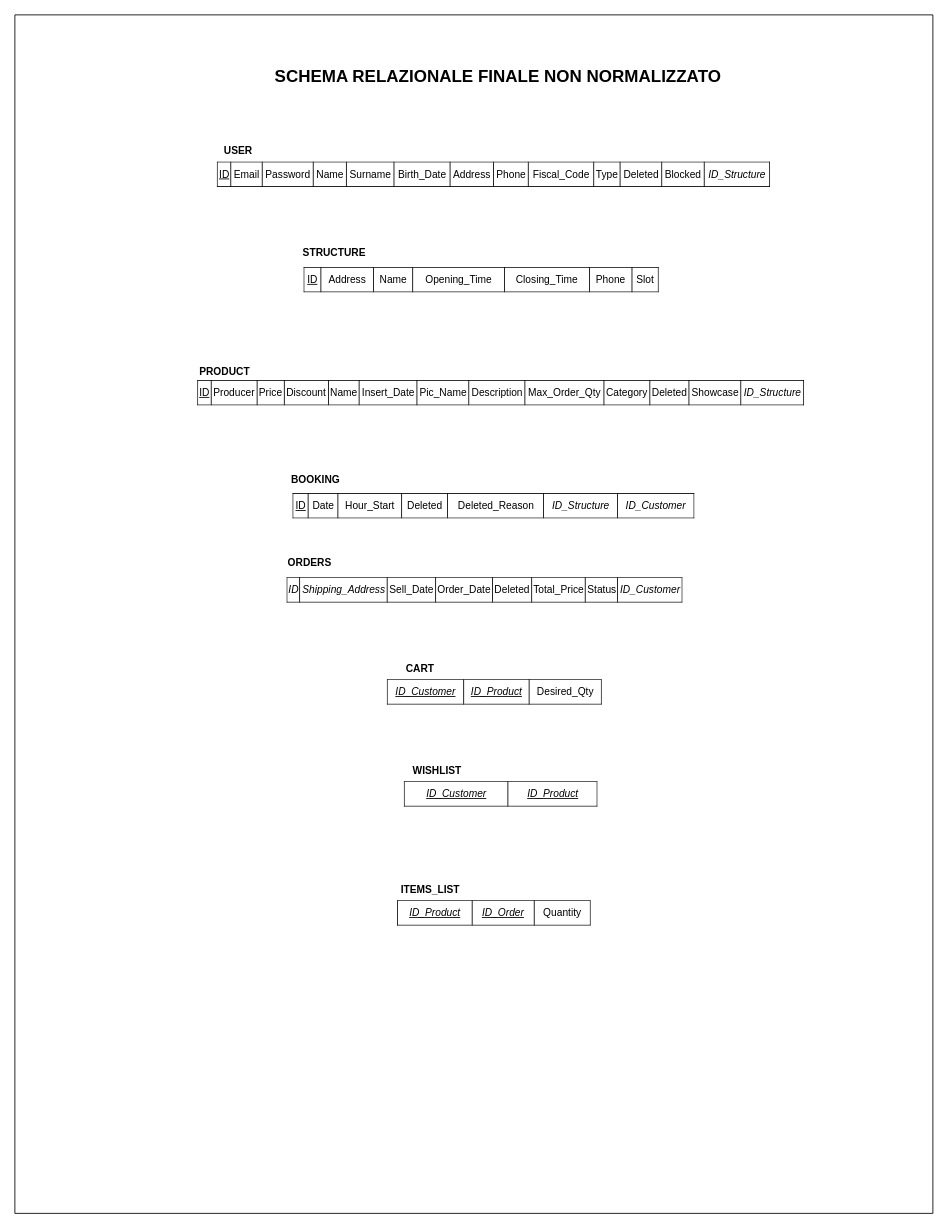
The draw.io diagram db/Final_Schema_Relazionale.drawio in lilpilgit/Barber, before the edit. Source tidied: cells renumbered, new cells numbered last; positions are measured from the earlier drawing's top-left corner, leaving out a move shared by most shapes. Both pictures are drawn from the tidied source at 85%, with x=0, y=0 at pixel (14, 14).
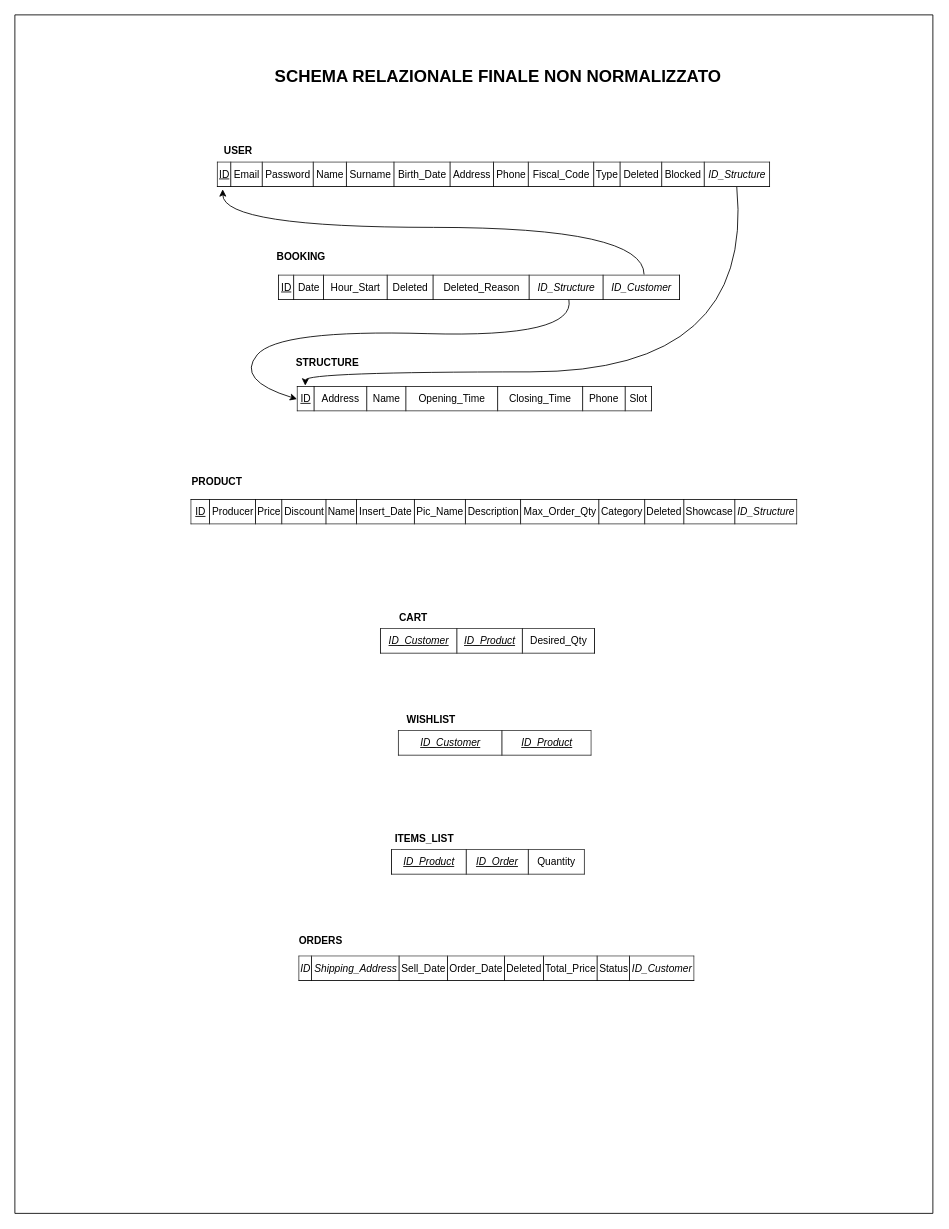
The same page after the edit.

The change refers to these unchanged cells:
```xml
<mxCell id="10" value="&lt;table border=&quot;1&quot; width=&quot;100%&quot; style=&quot;width: 100% ; height: 100% ; border-collapse: collapse ; border: 1px solid rgb(0 , 0 , 0)&quot;&gt;&lt;tbody&gt;&lt;tr&gt;&lt;td&gt;&lt;u&gt;ID&lt;/u&gt;&lt;/td&gt;&lt;td&gt;Email&lt;/td&gt;&lt;td&gt;Password&lt;/td&gt;&lt;td&gt;Name&lt;/td&gt;&lt;td&gt;Surname&lt;/td&gt;&lt;td&gt;Birth_Date&lt;/td&gt;&lt;td&gt;Address&lt;/td&gt;&lt;td&gt;Phone&lt;/td&gt;&lt;td&gt;Fiscal_Code&lt;/td&gt;&lt;td&gt;Type&lt;/td&gt;&lt;td&gt;Deleted&lt;/td&gt;&lt;td&gt;Blocked&lt;/td&gt;&lt;td&gt;&lt;i&gt;ID_Structure&lt;/i&gt;&lt;/td&gt;&lt;/tr&gt;&lt;/tbody&gt;&lt;/table&gt;" style="text;html=1;strokeColor=none;fillColor=none;overflow=fill;align=center;" parent="1" vertex="1">
  <mxGeometry x="238" y="173" width="651" height="30" as="geometry" />
</mxCell>
```

The edit, as a diff of the source:
```diff
@@
     <mxCell id="2" value="&lt;table border=&quot;1&quot; width=&quot;100%&quot; style=&quot;width: 100% ; height: 100% ; border-collapse: collapse ; border: 1px solid rgb(0 , 0 , 0)&quot;&gt;&lt;tbody&gt;&lt;tr&gt;&lt;td&gt;&lt;u&gt;ID&lt;/u&gt;&lt;/td&gt;&lt;td&gt;Address&lt;/td&gt;&lt;td&gt;Name&lt;/td&gt;&lt;td&gt;Opening_Time&lt;/td&gt;&lt;td&gt;Closing_Time&lt;/td&gt;&lt;td&gt;Phone&lt;/td&gt;&lt;td&gt;Slot&lt;/td&gt;&lt;/tr&gt;&lt;/tbody&gt;&lt;/table&gt;" style="text;html=1;strokeColor=none;fillColor=none;overflow=fill;align=center;" parent="1" vertex="1">
-      <mxGeometry x="340" y="297" width="417.5" height="30" as="geometry" />
+      <mxGeometry x="332" y="437" width="417.5" height="30" as="geometry" />
     </mxCell>
     <mxCell id="3" value="&lt;b&gt;STRUCTURE&lt;/b&gt;" style="text;html=1;strokeColor=none;fillColor=none;align=center;verticalAlign=middle;whiteSpace=wrap;rounded=0;" parent="1" vertex="1">
-      <mxGeometry x="356" y="270" width="40" height="20" as="geometry" />
+      <mxGeometry x="347.5" y="400" width="40" height="20" as="geometry" />
     </mxCell>
     <mxCell id="4" value="&lt;table border=&quot;1&quot; width=&quot;100%&quot; style=&quot;width: 100% ; height: 100% ; border-collapse: collapse ; border: 1px solid rgb(0 , 0 , 0)&quot;&gt;&lt;tbody&gt;&lt;tr&gt;&lt;td&gt;&lt;u&gt;ID&lt;/u&gt;&lt;/td&gt;&lt;td&gt;Date&lt;/td&gt;&lt;td&gt;Hour_Start&lt;/td&gt;&lt;td&gt;Deleted&lt;/td&gt;&lt;td&gt;Deleted_Reason&lt;/td&gt;&lt;td&gt;&lt;i&gt;ID_Structure&lt;/i&gt;&lt;/td&gt;&lt;td&gt;&lt;i&gt;ID_Customer&lt;/i&gt;&lt;/td&gt;&lt;/tr&gt;&lt;/tbody&gt;&lt;/table&gt;" style="text;html=1;strokeColor=none;fillColor=none;overflow=fill;align=center;" parent="1" vertex="1">
-      <mxGeometry x="327" y="563" width="473" height="30" as="geometry" />
+      <mxGeometry x="309.8" y="306" width="473" height="30" as="geometry" />
     </mxCell>
     <mxCell id="5" value="&lt;b&gt;BOOKING&lt;/b&gt;" style="text;html=1;strokeColor=none;fillColor=none;align=center;verticalAlign=middle;whiteSpace=wrap;rounded=0;" parent="1" vertex="1">
-      <mxGeometry x="334" y="537" width="40" height="20" as="geometry" />
+      <mxGeometry x="316.8" y="275" width="40" height="20" as="geometry" />
     </mxCell>
-    <mxCell id="6" value="&lt;table border=&quot;1&quot; width=&quot;100%&quot; style=&quot;width: 100% ; height: 100% ; border-collapse: collapse ; border: 1px solid rgb(0 , 0 , 0)&quot;&gt;&lt;tbody&gt;&lt;tr&gt;&lt;td&gt;&lt;u&gt;ID&lt;/u&gt;&lt;/td&gt;&lt;td&gt;Producer&lt;/td&gt;&lt;td&gt;Price&lt;/td&gt;&lt;td&gt;Discount&lt;/td&gt;&lt;td&gt;Name&lt;/td&gt;&lt;td&gt;Insert_Date&lt;/td&gt;&lt;td&gt;Pic_Name&lt;/td&gt;&lt;td&gt;Description&lt;/td&gt;&lt;td&gt;Max_Order_Qty&lt;/td&gt;&lt;td&gt;Category&lt;/td&gt;&lt;td&gt;Deleted&lt;/td&gt;&lt;td&gt;Showcase&lt;/td&gt;&lt;td&gt;&lt;i&gt;ID_Structure&lt;/i&gt;&lt;/td&gt;&lt;/tr&gt;&lt;/tbody&gt;&lt;/table&gt;" style="text;html=1;strokeColor=none;fillColor=none;overflow=fill;align=center;" parent="1" vertex="1">
-      <mxGeometry x="215" y="430" width="713.5" height="30" as="geometry" />
+    <mxCell id="6" value="&lt;table border=&quot;1&quot; width=&quot;100%&quot; style=&quot;width: 100% ; height: 100% ; border-collapse: collapse ; border: 1px solid rgb(0 , 0 , 0)&quot;&gt;&lt;tbody&gt;&lt;tr&gt;&lt;td&gt;&amp;nbsp;&lt;u&gt;ID&lt;/u&gt;&amp;nbsp;&lt;/td&gt;&lt;td&gt;Producer&lt;/td&gt;&lt;td&gt;Price&lt;/td&gt;&lt;td&gt;Discount&lt;/td&gt;&lt;td&gt;Name&lt;/td&gt;&lt;td&gt;Insert_Date&lt;/td&gt;&lt;td&gt;Pic_Name&lt;/td&gt;&lt;td&gt;Description&lt;/td&gt;&lt;td&gt;Max_Order_Qty&lt;/td&gt;&lt;td&gt;Category&lt;/td&gt;&lt;td&gt;Deleted&lt;/td&gt;&lt;td&gt;Showcase&lt;/td&gt;&lt;td&gt;&lt;i&gt;ID_Structure&lt;/i&gt;&lt;/td&gt;&lt;/tr&gt;&lt;/tbody&gt;&lt;/table&gt;" style="text;html=1;strokeColor=none;fillColor=none;overflow=fill;align=center;" parent="1" vertex="1">
+      <mxGeometry x="206.8" y="570" width="713.5" height="30" as="geometry" />
     </mxCell>
     <mxCell id="7" value="&lt;b&gt;PRODUCT&lt;/b&gt;" style="text;html=1;strokeColor=none;fillColor=none;align=center;verticalAlign=middle;whiteSpace=wrap;rounded=0;" parent="1" vertex="1">
-      <mxGeometry x="226.5" y="410" width="40" height="20" as="geometry" />
+      <mxGeometry x="218.2" y="540" width="40" height="20" as="geometry" />
     </mxCell>
     <mxCell id="8" value="&lt;table border=&quot;1&quot; width=&quot;100%&quot; style=&quot;width: 100% ; height: 100% ; border-collapse: collapse ; border: 1px solid rgb(0 , 0 , 0)&quot;&gt;&lt;tbody&gt;&lt;tr&gt;&lt;td&gt;ID&lt;/td&gt;&lt;td&gt;Shipping_Address&lt;/td&gt;&lt;td&gt;&lt;span style=&quot;font-style: normal&quot;&gt;Sell_Date&lt;/span&gt;&lt;/td&gt;&lt;td&gt;&lt;span style=&quot;font-style: normal&quot;&gt;Order_Date&lt;/span&gt;&lt;/td&gt;&lt;td&gt;&lt;span style=&quot;font-style: normal&quot;&gt;Deleted&lt;/span&gt;&lt;/td&gt;&lt;td&gt;&lt;span style=&quot;font-style: normal&quot;&gt;Total_Price&lt;/span&gt;&lt;/td&gt;&lt;td&gt;&lt;span style=&quot;font-style: normal&quot;&gt;Status&lt;/span&gt;&lt;/td&gt;&lt;td&gt;ID_Customer&lt;/td&gt;&lt;/tr&gt;&lt;/tbody&gt;&lt;/table&gt;" style="text;html=1;strokeColor=none;fillColor=none;overflow=fill;align=center;fontStyle=2;" parent="1" vertex="1">
-      <mxGeometry x="320" y="662" width="466" height="30" as="geometry" />
+      <mxGeometry x="333.5" y="1107" width="466" height="30" as="geometry" />
     </mxCell>
     <mxCell id="9" value="&lt;b&gt;ORDERS&lt;/b&gt;" style="text;html=1;strokeColor=none;fillColor=none;align=center;verticalAlign=middle;whiteSpace=wrap;rounded=0;" parent="1" vertex="1">
-      <mxGeometry x="318.5" y="635" width="55.5" height="20" as="geometry" />
+      <mxGeometry x="332" y="1080" width="55.5" height="20" as="geometry" />
     </mxCell>
@@
     <mxCell id="17" value="&lt;table border=&quot;1&quot; width=&quot;100%&quot; style=&quot;width: 100% ; height: 100% ; border-collapse: collapse ; border: 1px solid rgb(0 , 0 , 0)&quot;&gt;&lt;tbody&gt;&lt;tr&gt;&lt;td&gt;&lt;u&gt;ID_Customer&lt;/u&gt;&lt;/td&gt;&lt;td&gt;&lt;u&gt;ID_Product&lt;/u&gt;&lt;/td&gt;&lt;td&gt;&lt;span style=&quot;font-style: normal&quot;&gt;Desired_Qty&lt;/span&gt;&lt;/td&gt;&lt;/tr&gt;&lt;/tbody&gt;&lt;/table&gt;" style="text;html=1;strokeColor=none;fillColor=none;overflow=fill;align=center;fontStyle=2;" parent="1" vertex="1">
-      <mxGeometry x="437.5" y="782" width="252.5" height="30" as="geometry" />
+      <mxGeometry x="430" y="722" width="252.5" height="30" as="geometry" />
     </mxCell>
     <mxCell id="18" value="&lt;b&gt;CART&lt;/b&gt;" style="text;html=1;strokeColor=none;fillColor=none;align=center;verticalAlign=middle;whiteSpace=wrap;rounded=0;" parent="1" vertex="1">
-      <mxGeometry x="448.5" y="760" width="55.5" height="20" as="geometry" />
+      <mxGeometry x="441" y="700" width="55.5" height="20" as="geometry" />
     </mxCell>
     <mxCell id="19" value="&lt;table border=&quot;1&quot; width=&quot;100%&quot; style=&quot;width: 100% ; height: 100% ; border-collapse: collapse ; border: 1px solid rgb(0 , 0 , 0)&quot;&gt;&lt;tbody&gt;&lt;tr&gt;&lt;td&gt;&lt;u&gt;ID_Customer&lt;/u&gt;&lt;/td&gt;&lt;td&gt;&lt;u&gt;ID_Product&lt;/u&gt;&lt;/td&gt;&lt;/tr&gt;&lt;/tbody&gt;&lt;/table&gt;" style="text;html=1;strokeColor=none;fillColor=none;overflow=fill;align=center;fontStyle=2;" parent="1" vertex="1">
-      <mxGeometry x="458" y="902" width="227.5" height="30" as="geometry" />
+      <mxGeometry x="450.5" y="842" width="227.5" height="30" as="geometry" />
     </mxCell>
     <mxCell id="20" value="&lt;b&gt;WISHLIST&lt;/b&gt;" style="text;html=1;strokeColor=none;fillColor=none;align=center;verticalAlign=middle;whiteSpace=wrap;rounded=0;" parent="1" vertex="1">
-      <mxGeometry x="469" y="880" width="55.5" height="20" as="geometry" />
+      <mxGeometry x="461.5" y="820" width="55.5" height="20" as="geometry" />
     </mxCell>
     <mxCell id="21" value="&lt;table border=&quot;1&quot; width=&quot;100%&quot; style=&quot;width: 100% ; height: 100% ; border-collapse: collapse ; border: 1px solid rgb(0 , 0 , 0)&quot;&gt;&lt;tbody&gt;&lt;tr&gt;&lt;td&gt;&lt;u&gt;ID_Product&lt;/u&gt;&lt;/td&gt;&lt;td&gt;&lt;u&gt;ID_Order&lt;/u&gt;&lt;/td&gt;&lt;td&gt;&lt;span style=&quot;font-style: normal&quot;&gt;Quantity&lt;/span&gt;&lt;/td&gt;&lt;/tr&gt;&lt;/tbody&gt;&lt;/table&gt;" style="text;html=1;strokeColor=none;fillColor=none;overflow=fill;align=center;fontStyle=2;" parent="1" vertex="1">
-      <mxGeometry x="450" y="1042" width="227.5" height="30" as="geometry" />
+      <mxGeometry x="442.5" y="982" width="227.5" height="30" as="geometry" />
     </mxCell>
     <mxCell id="22" value="&lt;b&gt;ITEMS_LIST&lt;/b&gt;" style="text;html=1;strokeColor=none;fillColor=none;align=center;verticalAlign=middle;whiteSpace=wrap;rounded=0;" parent="1" vertex="1">
-      <mxGeometry x="461" y="1020" width="55.5" height="20" as="geometry" />
+      <mxGeometry x="453.5" y="960" width="55.5" height="20" as="geometry" />
     </mxCell>
+    <mxCell id="23" style="curved=1;endArrow=classic;html=1;entryX=0.01;entryY=1.075;entryDx=0;entryDy=0;entryPerimeter=0;exitX=0.91;exitY=-0.019;exitDx=0;exitDy=0;exitPerimeter=0;" parent="1" edge="1" source="4" target="10">
+      <mxGeometry relative="1" as="geometry">
+        <Array as="points">
+          <mxPoint x="740" y="250" />
+          <mxPoint x="245" y="250" />
+        </Array>
+      </mxGeometry>
+    </mxCell>
+    <mxCell id="24" style="curved=1;endArrow=classic;html=1;entryX=0.023;entryY=-0.029;entryDx=0;entryDy=0;entryPerimeter=0;exitX=0.939;exitY=0.981;exitDx=0;exitDy=0;exitPerimeter=0;" parent="1" edge="1" source="10" target="2">
+      <mxGeometry relative="1" as="geometry">
+        <Array as="points">
+          <mxPoint x="870" y="420" />
+          <mxPoint x="342" y="420" />
+        </Array>
+      </mxGeometry>
+    </mxCell>
+    <mxCell id="25" style="curved=1;endArrow=classic;html=1;entryX=0;entryY=0.5;entryDx=0;entryDy=0;exitX=0.723;exitY=0.967;exitDx=0;exitDy=0;exitPerimeter=0;" parent="1" edge="1" source="4" target="2">
+      <mxGeometry relative="1" as="geometry">
+        <Array as="points">
+          <mxPoint x="660" y="380" />
+          <mxPoint x="310" y="370" />
+          <mxPoint x="260" y="430" />
+        </Array>
+      </mxGeometry>
+    </mxCell>
```
